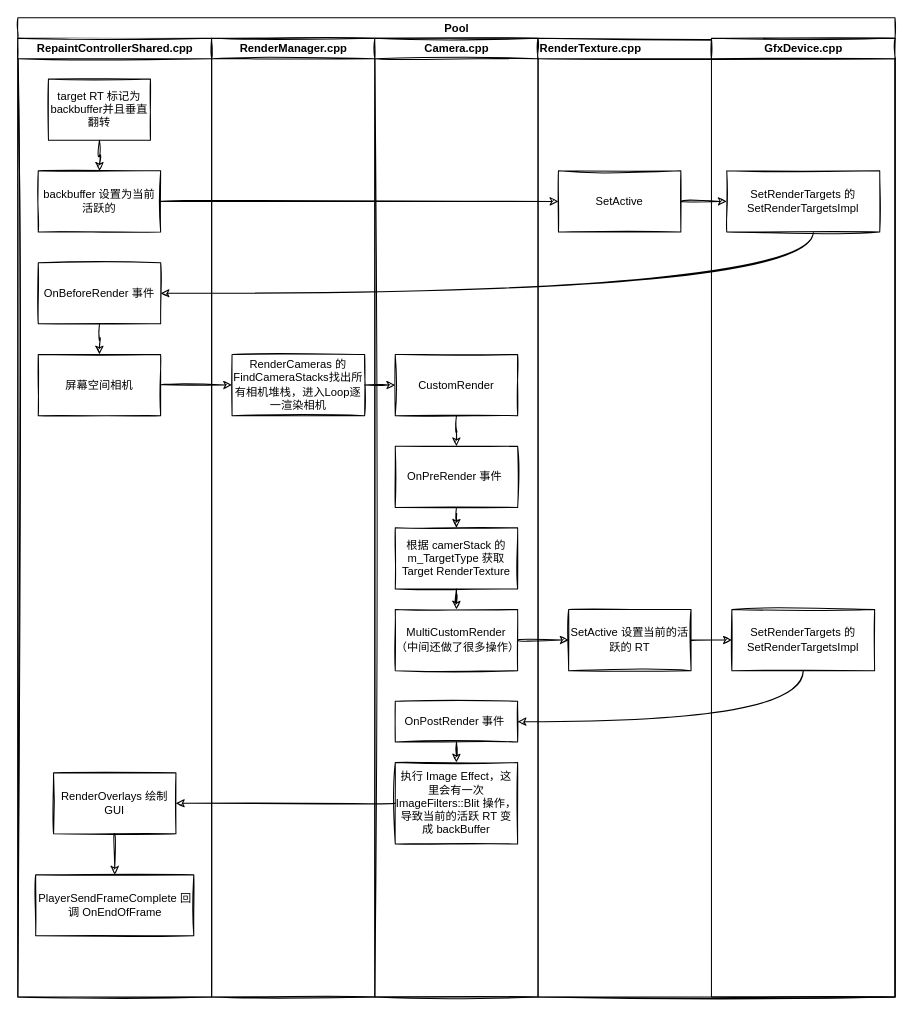
Above: project/Untitled Diagram.drawio in JarYe/repo (draw.io), before the change. Source tidied: cells renumbered, new cells numbered last; positions are measured from the earlier drawing's top-left corner, leaving out a move shared by most shapes. Both pictures are drawn from the tidied source at 102%, with x=0, y=0 at pixel (17, 17).
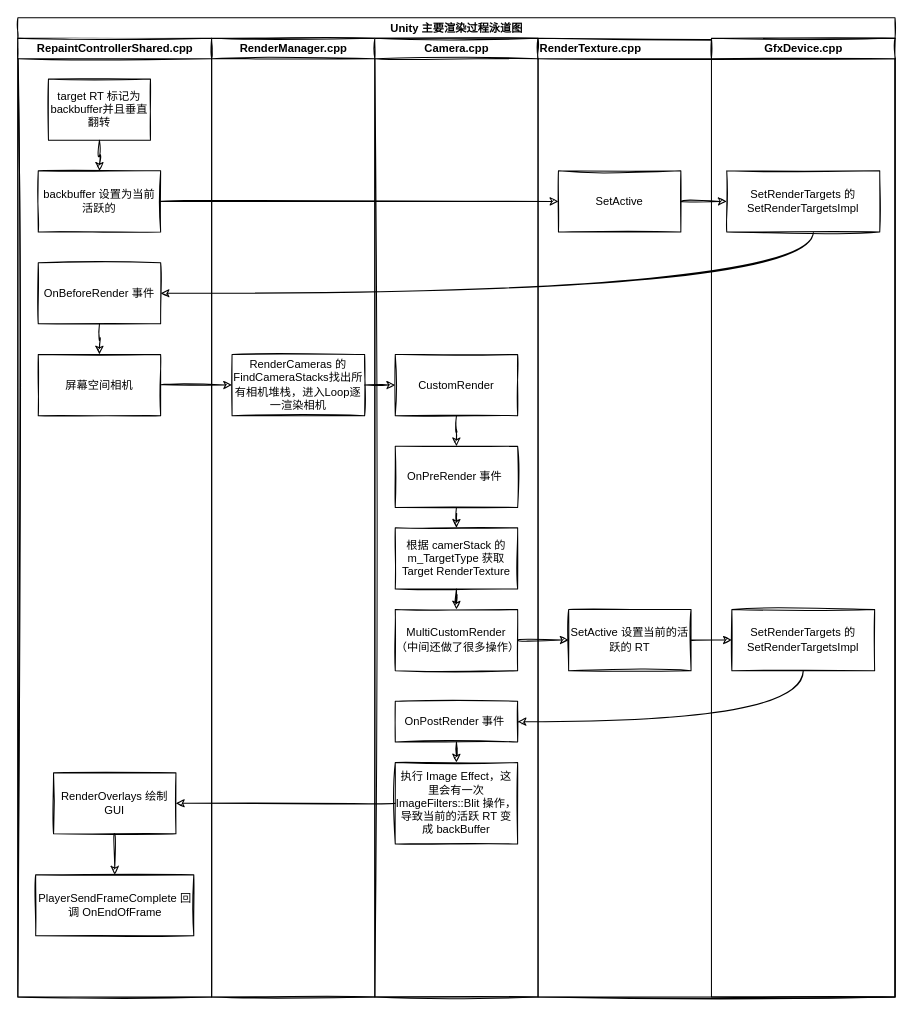
Above is the later version.

The edit, as a diff of the source:
```diff
@@
-    <mxCell id="2" value="Pool" style="swimlane;html=1;startSize=20;shadow=0;labelBackgroundColor=none;strokeWidth=1;fontFamily=Helvetica;fontSize=11;align=center;sketch=1;" parent="1" vertex="1">
+    <mxCell id="2" value="Unity 主要渲染过程泳道图" style="swimlane;html=1;startSize=20;shadow=0;labelBackgroundColor=none;strokeWidth=1;fontFamily=Helvetica;fontSize=11;align=center;sketch=1;" parent="1" vertex="1">
       <mxGeometry width="860" height="960" as="geometry" />
     </mxCell>
```
